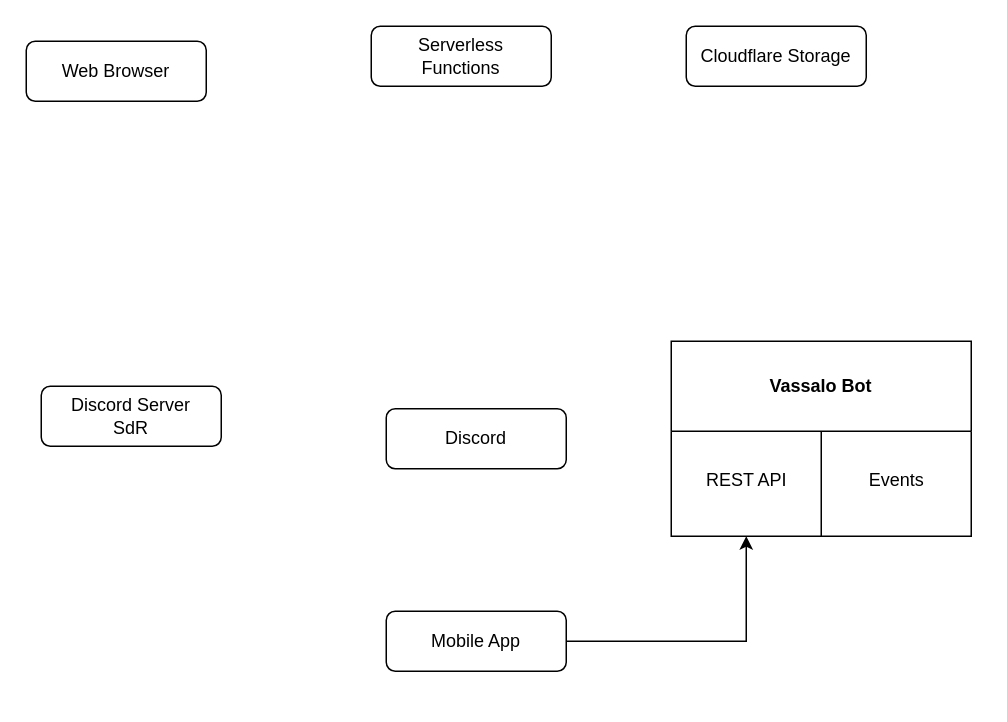
Earlier version of the draw.io diagram Diagrama sem nome.drawio (pmlnunes/pmlnunes.github.io). Source tidied: cells renumbered, new cells numbered last; positions are measured from the earlier drawing's top-left corner, leaving out a move shared by most shapes. Both pictures are drawn from the tidied source at 150%, with x=0, y=0 at pixel (26, 26). Pictures stored in the file or linked from it are replaced by grey dashed boxes.
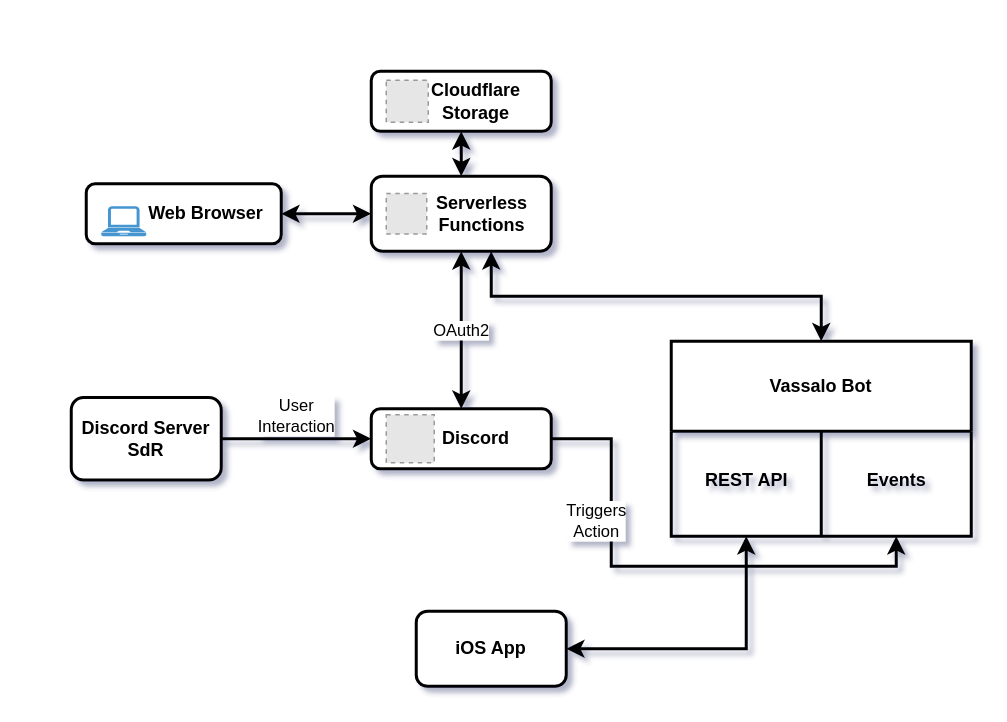
The same diagram, later.

The edit, as a diff of the source:
```diff
@@
-<mxGraphModel>
+<mxGraphModel shadow="1">
@@
+    <mxCell id="13" value="&lt;div&gt;Triggers &lt;br&gt;&lt;/div&gt;&lt;div&gt;Action&lt;/div&gt;" style="edgeStyle=orthogonalEdgeStyle;rounded=0;jettySize=auto;html=1;entryX=0.75;entryY=1;entryDx=0;entryDy=0;strokeWidth=2;" parent="1" edge="1" source="2" target="9">
+      <mxGeometry x="-0.43" y="-10" relative="1" as="geometry" />
+    </mxCell>
-    <mxCell id="2" value="Discord" style="rounded=1;whiteSpace=wrap;html=1;fontSize=12;glass=0;strokeWidth=1;shadow=0;" parent="1" vertex="1">
-      <mxGeometry x="240" y="255" width="120" height="40" as="geometry" />
+    <mxCell id="2" value="Discord" style="rounded=1;whiteSpace=wrap;html=1;fontSize=12;glass=0;strokeWidth=2;shadow=0;labelPosition=center;verticalLabelPosition=middle;align=center;verticalAlign=middle;spacingLeft=20;fontStyle=1;" parent="1" vertex="1">
+      <mxGeometry x="230" y="255" width="120" height="40" as="geometry" />
     </mxCell>
-    <mxCell id="3" style="edgeStyle=orthogonalEdgeStyle;rounded=0;jettySize=auto;html=1;entryX=0.25;entryY=1;entryDx=0;entryDy=0;" parent="1" edge="1" source="4" target="9">
+    <mxCell id="3" style="edgeStyle=orthogonalEdgeStyle;rounded=0;jettySize=auto;html=1;entryX=0.25;entryY=1;entryDx=0;entryDy=0;strokeWidth=2;startArrow=classic;startFill=1;" parent="1" edge="1" source="4" target="9">
       <mxGeometry relative="1" as="geometry" />
     </mxCell>
-    <mxCell id="4" value="Mobile App" style="rounded=1;whiteSpace=wrap;html=1;fontSize=12;glass=0;strokeWidth=1;shadow=0;" parent="1" vertex="1">
-      <mxGeometry x="240" y="390" width="120" height="40" as="geometry" />
+    <mxCell id="4" value="iOS App" style="rounded=1;whiteSpace=wrap;html=1;fontSize=12;glass=0;strokeWidth=2;shadow=0;spacingLeft=0;fontStyle=1;" parent="1" vertex="1">
+      <mxGeometry x="260" y="390" width="100" height="50" as="geometry" />
     </mxCell>
+    <mxCell id="14" value="&lt;div&gt;User&lt;/div&gt;&lt;div&gt;Interaction&lt;/div&gt;" style="edgeStyle=orthogonalEdgeStyle;rounded=0;jettySize=auto;html=1;entryX=0;entryY=0.5;entryDx=0;entryDy=0;strokeWidth=2;" parent="1" edge="1" source="5" target="2">
+      <mxGeometry y="15" relative="1" as="geometry" />
+    </mxCell>
-    <mxCell id="5" value="Discord Server&lt;br&gt;SdR" style="rounded=1;whiteSpace=wrap;html=1;fontSize=12;glass=0;strokeWidth=1;shadow=0;" parent="1" vertex="1">
-      <mxGeometry x="10" y="240" width="120" height="40" as="geometry" />
+    <mxCell id="5" value="Discord Server&lt;br&gt;SdR" style="rounded=1;whiteSpace=wrap;html=1;fontSize=12;glass=0;strokeWidth=2;shadow=0;fontStyle=1;" parent="1" vertex="1">
+      <mxGeometry x="30" y="247.5" width="100" height="55" as="geometry" />
     </mxCell>
+    <mxCell id="15" style="edgeStyle=orthogonalEdgeStyle;rounded=0;jettySize=auto;html=1;startArrow=classic;startFill=1;strokeWidth=2;" parent="1" edge="1" source="6" target="8">
+      <mxGeometry relative="1" as="geometry" />
+    </mxCell>
-    <mxCell id="6" value="Web Browser" style="rounded=1;whiteSpace=wrap;html=1;fontSize=12;glass=0;strokeWidth=1;shadow=0;" parent="1" vertex="1">
-      <mxGeometry y="10" width="120" height="40" as="geometry" />
+    <mxCell id="6" value="Web Browser" style="rounded=1;whiteSpace=wrap;html=1;fontSize=12;glass=0;strokeWidth=2;shadow=0;spacingRight=0;spacingLeft=30;fontStyle=1;" parent="1" vertex="1">
+      <mxGeometry x="40" y="105" width="130" height="40" as="geometry" />
     </mxCell>
-    <mxCell id="7" value="Cloudflare Storage" style="rounded=1;whiteSpace=wrap;html=1;fontSize=12;glass=0;strokeWidth=1;shadow=0;" parent="1" vertex="1">
-      <mxGeometry x="440" width="120" height="40" as="geometry" />
+    <mxCell id="7" value="&lt;div&gt;Cloudflare &lt;br&gt;&lt;/div&gt;&lt;div&gt;Storage&lt;/div&gt;" style="rounded=1;whiteSpace=wrap;html=1;fontSize=12;glass=0;strokeWidth=2;shadow=0;verticalAlign=middle;spacingLeft=20;fontStyle=1;" parent="1" vertex="1">
+      <mxGeometry x="230" y="30" width="120" height="40" as="geometry" />
     </mxCell>
+    <mxCell id="16" style="edgeStyle=orthogonalEdgeStyle;rounded=0;jettySize=auto;html=1;entryX=0.5;entryY=1;entryDx=0;entryDy=0;strokeWidth=2;startArrow=classic;startFill=1;" parent="1" edge="1" source="8" target="7">
+      <mxGeometry relative="1" as="geometry" />
+    </mxCell>
+    <mxCell id="17" value="&lt;div&gt;OAuth2&lt;/div&gt;" style="edgeStyle=orthogonalEdgeStyle;rounded=0;jettySize=auto;html=1;exitX=0.5;exitY=1;exitDx=0;exitDy=0;entryX=0.5;entryY=0;entryDx=0;entryDy=0;strokeWidth=2;startArrow=classic;startFill=1;" parent="1" edge="1" source="8" target="2">
+      <mxGeometry relative="1" as="geometry" />
+    </mxCell>
-    <mxCell id="8" value="&lt;div&gt;Serverless &lt;br&gt;&lt;/div&gt;&lt;div&gt;Functions&lt;/div&gt;" style="rounded=1;whiteSpace=wrap;html=1;fontSize=12;glass=0;strokeWidth=1;shadow=0;" parent="1" vertex="1">
-      <mxGeometry x="230" width="120" height="40" as="geometry" />
+    <mxCell id="8" value="&lt;div&gt;Serverless &lt;br&gt;&lt;/div&gt;&lt;div&gt;Functions&lt;/div&gt;" style="rounded=1;whiteSpace=wrap;html=1;fontSize=12;glass=0;strokeWidth=2;shadow=0;spacingLeft=28;fontStyle=1;" parent="1" vertex="1">
+      <mxGeometry x="230" y="100" width="120" height="50" as="geometry" />
     </mxCell>
+    <mxCell id="18" style="edgeStyle=orthogonalEdgeStyle;rounded=0;jettySize=auto;html=1;exitX=0.5;exitY=0;exitDx=0;exitDy=0;startArrow=classic;startFill=1;strokeWidth=2;" parent="1" edge="1" source="9">
+      <mxGeometry relative="1" as="geometry">
+        <mxPoint x="310" y="150" as="targetPoint" />
+        <Array as="points">
+          <mxPoint x="530" y="180" />
+          <mxPoint x="310" y="180" />
+          <mxPoint x="310" y="150" />
+        </Array>
+      </mxGeometry>
+    </mxCell>
-    <mxCell id="9" value="Vassalo Bot" style="swimlane;whiteSpace=wrap;html=1;startSize=60;" parent="1" vertex="1">
+    <mxCell id="9" value="Vassalo Bot" style="swimlane;whiteSpace=wrap;html=1;startSize=60;strokeWidth=2;" parent="1" vertex="1">
       <mxGeometry x="430" y="210" width="200" height="130" as="geometry" />
     </mxCell>
-    <mxCell id="10" style="endArrow=none;html=1;rounded=0;exitX=0.5;exitY=1;exitDx=0;exitDy=0;" parent="1" edge="1" source="9">
+    <mxCell id="10" style="endArrow=none;html=1;rounded=0;exitX=0.5;exitY=1;exitDx=0;exitDy=0;strokeWidth=2;" parent="1" edge="1" source="9">
       <mxGeometry relative="1" as="geometry">
         <mxPoint x="530" y="270" as="targetPoint" />
       </mxGeometry>
     </mxCell>
-    <mxCell id="11" value="REST API" style="text;html=1;align=center;verticalAlign=middle;strokeColor=none;fillColor=none;" parent="1" vertex="1">
+    <mxCell id="11" value="REST API" style="text;html=1;align=center;verticalAlign=middle;strokeColor=none;fillColor=none;strokeWidth=2;fontStyle=1;" parent="1" vertex="1">
       <mxGeometry x="440" y="288" width="80" height="30" as="geometry" />
     </mxCell>
-    <mxCell id="12" value="&lt;div&gt;Events&lt;/div&gt;" style="text;html=1;align=center;verticalAlign=middle;strokeColor=none;fillColor=none;" parent="1" vertex="1">
+    <mxCell id="12" value="&lt;div&gt;Events&lt;/div&gt;" style="text;html=1;align=center;verticalAlign=middle;strokeColor=none;fillColor=none;strokeWidth=2;fontStyle=1;" parent="1" vertex="1">
       <mxGeometry x="550" y="288" width="60" height="30" as="geometry" />
     </mxCell>
+    <mxCell id="19" style="shadow=0;dashed=0;html=1;strokeColor=none;fillColor=#4495D1;labelPosition=center;verticalLabelPosition=bottom;verticalAlign=top;align=center;shape=mxgraph.veeam.laptop;" parent="1" vertex="1">
+      <mxGeometry x="50" y="120" width="30" height="20" as="geometry" />
+    </mxCell>
+    <mxCell id="20" style="fillColor=#E6E6E6;strokeColor=#999999;dashed=1;html=1;verticalAlign=top;verticalLabelPosition=bottom;labelBackgroundColor=#ffffff;" parent="1" vertex="1">
+      <mxGeometry x="240" y="259" width="32" height="32" as="geometry" />
+    </mxCell>
+    <mxCell id="21" style="fillColor=#E6E6E6;strokeColor=#999999;dashed=1;html=1;verticalAlign=top;verticalLabelPosition=bottom;labelBackgroundColor=#ffffff;" parent="1" vertex="1">
+      <mxGeometry x="240" y="36" width="28" height="28" as="geometry" />
+    </mxCell>
+    <mxCell id="22" style="fillColor=#E6E6E6;strokeColor=#999999;dashed=1;html=1;verticalAlign=top;verticalLabelPosition=bottom;labelBackgroundColor=#ffffff;" parent="1" vertex="1">
+      <mxGeometry x="240" y="111.5" width="27" height="27" as="geometry" />
+    </mxCell>
```
